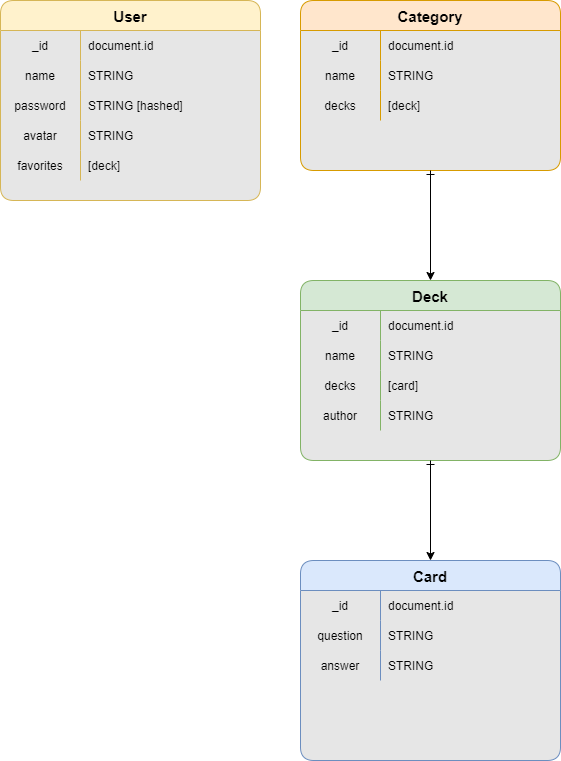
Before: DevelUp-ERD.png, a diagram exported from draw.io (br1anlee/Develup-client). Source tidied: cells renumbered, new cells last; positions are measured from the earlier drawing's top-left corner, leaving out a move shared by most shapes.
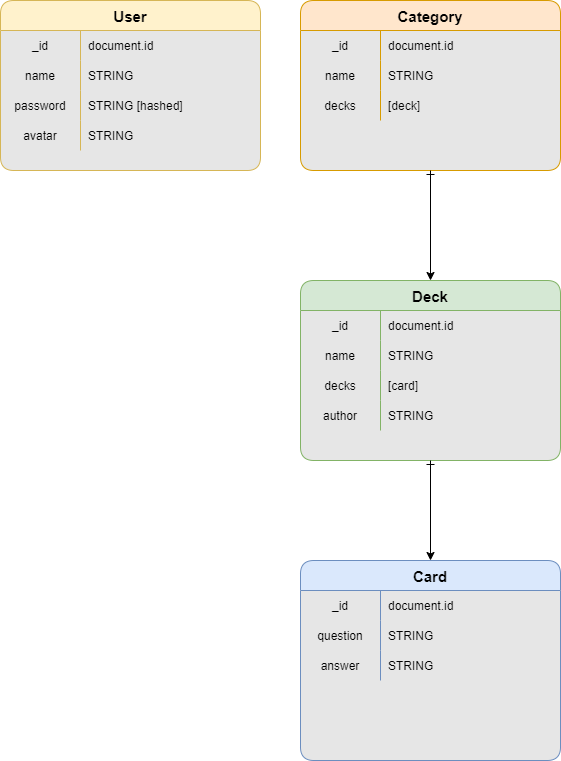
After the commit.

The edit, as a diff of the source:
```diff
@@ -3,7 +3,7 @@
     <mxCell id="0" />
     <mxCell id="1" parent="0" />
     <mxCell id="2" value="User" style="shape=table;startSize=30;rowLines=0;fontStyle=1;align=center;rounded=1;swimlaneFillColor=#E6E6E6;fillColor=#fff2cc;strokeColor=#d6b656;fontSize=15;fontFamily=Helvetica;" parent="1" vertex="1">
-      <mxGeometry width="260" height="200" as="geometry" />
+      <mxGeometry width="260" height="170" as="geometry" />
     </mxCell>
     <mxCell id="3" style="shape=tableRow;horizontal=0;startSize=0;swimlaneHead=0;swimlaneBody=0;fillColor=none;top=0;left=0;right=0;bottom=0;fontFamily=Helvetica;" parent="2" vertex="1">
       <mxGeometry y="30" width="260" height="30" as="geometry" />
@@ -41,15 +41,6 @@
     <mxCell id="14" value="STRING" style="shape=partialRectangle;fillColor=none;top=0;left=0;bottom=0;right=0;align=left;spacingLeft=6;overflow=hidden;fontFamily=Helvetica;" parent="12" vertex="1">
       <mxGeometry x="80" width="180" height="30" as="geometry" />
     </mxCell>
-    <mxCell id="15" style="shape=tableRow;horizontal=0;startSize=0;swimlaneHead=0;swimlaneBody=0;fillColor=none;top=0;left=0;right=0;bottom=0;fontFamily=Helvetica;" parent="2" vertex="1">
-      <mxGeometry y="150" width="260" height="30" as="geometry" />
-    </mxCell>
-    <mxCell id="16" value="favorites" style="shape=partialRectangle;fillColor=none;top=0;left=0;bottom=0;right=0;overflow=hidden;fontFamily=Helvetica;" parent="15" vertex="1">
-      <mxGeometry width="80" height="30" as="geometry" />
-    </mxCell>
-    <mxCell id="17" value="[deck]" style="shape=partialRectangle;fillColor=none;top=0;left=0;bottom=0;right=0;align=left;spacingLeft=6;overflow=hidden;fontFamily=Helvetica;" parent="15" vertex="1">
-      <mxGeometry x="80" width="180" height="30" as="geometry" />
-    </mxCell>
     <mxCell id="18" value="Category" style="shape=table;startSize=30;rowLines=0;fontStyle=1;align=center;rounded=1;fillColor=#ffe6cc;strokeColor=#d79b00;swimlaneFillColor=#E6E6E6;fontSize=15;fontFamily=Helvetica;" parent="1" vertex="1">
       <mxGeometry x="300" width="260" height="170" as="geometry" />
     </mxCell>
```
